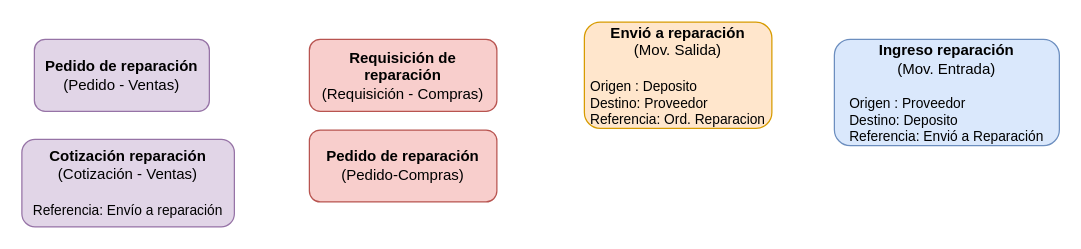
Above: page "Objetos" (1 of 3) of Untitled Diagram.drawio in GJRusso/TMG (draw.io), before the change. Source tidied: cells renumbered, new cells numbered last; positions are measured from the earlier drawing's top-left corner, leaving out a move shared by most shapes. Both pictures are drawn from the tidied source at 125%, with x=0, y=0 at pixel (21, 21).
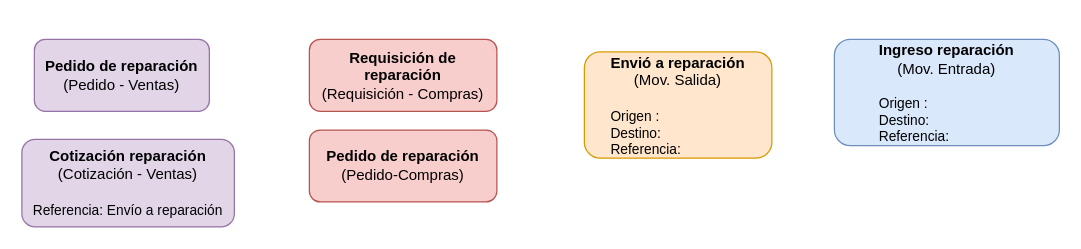
The same page after the edit.

Commit message (it also covers changes not shown here):
Se corrigen los movimientos en reparacion

Change to the diagram source:
```diff
@@
 <mxGraphModel>
   <root>
     <mxCell id="0" />
     <mxCell id="1" parent="0" />
     <mxCell id="2" value="&lt;b&gt;Pedido de reparación&lt;/b&gt;&lt;br&gt;(Pedido - Ventas)" style="rounded=1;whiteSpace=wrap;html=1;fillColor=#e1d5e7;strokeColor=#9673a6;" parent="1" vertex="1">
       <mxGeometry x="10" y="14" width="140" height="57.5" as="geometry" />
     </mxCell>
     <mxCell id="3" value="&lt;b&gt;Requisición de reparación&lt;/b&gt;&lt;br&gt;(Requisición -&amp;nbsp;Compras)" style="rounded=1;whiteSpace=wrap;html=1;fillColor=#f8cecc;strokeColor=#b85450;" parent="1" vertex="1">
       <mxGeometry x="230" y="14" width="150" height="57.5" as="geometry" />
     </mxCell>
-    <mxCell id="4" value="&lt;b&gt;Ingreso reparación&lt;br&gt;&lt;/b&gt;(Mov. Entrada)&lt;br&gt;&lt;br&gt;&lt;div style=&quot;text-align: left ; font-size: 11px&quot;&gt;Origen : Proveedor&lt;/div&gt;&lt;div style=&quot;text-align: left ; font-size: 11px&quot;&gt;Destino: Deposito&lt;/div&gt;&lt;div style=&quot;text-align: left ; font-size: 11px&quot;&gt;Referencia: Envió a Reparación&lt;/div&gt;" style="rounded=1;whiteSpace=wrap;html=1;fillColor=#dae8fc;strokeColor=#6c8ebf;" parent="1" vertex="1">
+    <mxCell id="4" value="&lt;b&gt;Ingreso reparación&lt;br&gt;&lt;/b&gt;(Mov. Entrada)&lt;br&gt;&lt;br&gt;&lt;div style=&quot;text-align: left ; font-size: 11px&quot;&gt;Origen :&amp;nbsp;&lt;/div&gt;&lt;div style=&quot;text-align: left ; font-size: 11px&quot;&gt;Destino:&amp;nbsp;&lt;/div&gt;&lt;div style=&quot;text-align: left ; font-size: 11px&quot;&gt;Referencia:&lt;/div&gt;" style="rounded=1;whiteSpace=wrap;html=1;fillColor=#dae8fc;strokeColor=#6c8ebf;" parent="1" vertex="1">
       <mxGeometry x="650" y="14" width="180" height="85" as="geometry" />
     </mxCell>
-    <mxCell id="5" value="&lt;b&gt;Envió a reparación&lt;/b&gt;&lt;br&gt;(Mov. Salida)&lt;br&gt;&lt;br&gt;&lt;div style=&quot;text-align: left&quot;&gt;&lt;span style=&quot;font-size: 11px&quot;&gt;Origen&lt;/span&gt;&lt;span style=&quot;font-size: 11px&quot;&gt;&amp;nbsp;: Deposito&lt;/span&gt;&lt;/div&gt;&lt;div style=&quot;text-align: left ; font-size: 11px&quot;&gt;&lt;span&gt;&lt;font style=&quot;font-size: 11px&quot;&gt;Destino: Proveedor&lt;/font&gt;&lt;/span&gt;&lt;/div&gt;&lt;div style=&quot;text-align: left ; font-size: 11px&quot;&gt;&lt;span&gt;&lt;font style=&quot;font-size: 11px&quot;&gt;Referencia: Ord. Reparacion&lt;/font&gt;&lt;/span&gt;&lt;/div&gt;" style="rounded=1;whiteSpace=wrap;html=1;fillColor=#ffe6cc;strokeColor=#d79b00;" parent="1" vertex="1">
-      <mxGeometry x="450" y="0.2" width="150" height="85" as="geometry" />
+    <mxCell id="5" value="&lt;b&gt;Envió a reparación&lt;/b&gt;&lt;br&gt;(Mov. Salida)&lt;br&gt;&lt;br&gt;&lt;div style=&quot;text-align: left&quot;&gt;&lt;span style=&quot;font-size: 11px&quot;&gt;Origen&lt;/span&gt;&lt;span style=&quot;font-size: 11px&quot;&gt;&amp;nbsp;:&amp;nbsp;&lt;/span&gt;&lt;/div&gt;&lt;div style=&quot;text-align: left ; font-size: 11px&quot;&gt;&lt;span&gt;&lt;font style=&quot;font-size: 11px&quot;&gt;Destino:&amp;nbsp;&lt;/font&gt;&lt;/span&gt;&lt;/div&gt;&lt;div style=&quot;text-align: left ; font-size: 11px&quot;&gt;&lt;span&gt;&lt;font style=&quot;font-size: 11px&quot;&gt;Referencia:&amp;nbsp;&lt;/font&gt;&lt;/span&gt;&lt;/div&gt;" style="rounded=1;whiteSpace=wrap;html=1;fillColor=#ffe6cc;strokeColor=#d79b00;" parent="1" vertex="1">
+      <mxGeometry x="450" y="24" width="150" height="85" as="geometry" />
     </mxCell>
     <mxCell id="6" value="&lt;b&gt;Pedido de reparación&lt;/b&gt;&lt;br&gt;(Pedido-Compras)" style="rounded=1;whiteSpace=wrap;html=1;fillColor=#f8cecc;strokeColor=#b85450;" parent="1" vertex="1">
       <mxGeometry x="230" y="86.5" width="150" height="57.5" as="geometry" />
     </mxCell>
     <mxCell id="7" value="&lt;b&gt;Cotización reparación&lt;/b&gt;&lt;br&gt;(Cotización - Ventas)&lt;br&gt;&lt;br&gt;&lt;div style=&quot;text-align: left&quot;&gt;&lt;span style=&quot;font-size: 11px&quot;&gt;Referencia: Envío a&amp;nbsp;&lt;/span&gt;&lt;span style=&quot;font-size: 11px&quot;&gt;reparación&lt;/span&gt;&lt;/div&gt;" style="rounded=1;whiteSpace=wrap;html=1;fillColor=#e1d5e7;strokeColor=#9673a6;" parent="1" vertex="1">
       <mxGeometry y="94" width="170" height="70" as="geometry" />
     </mxCell>
   </root>
 </mxGraphModel>
```
